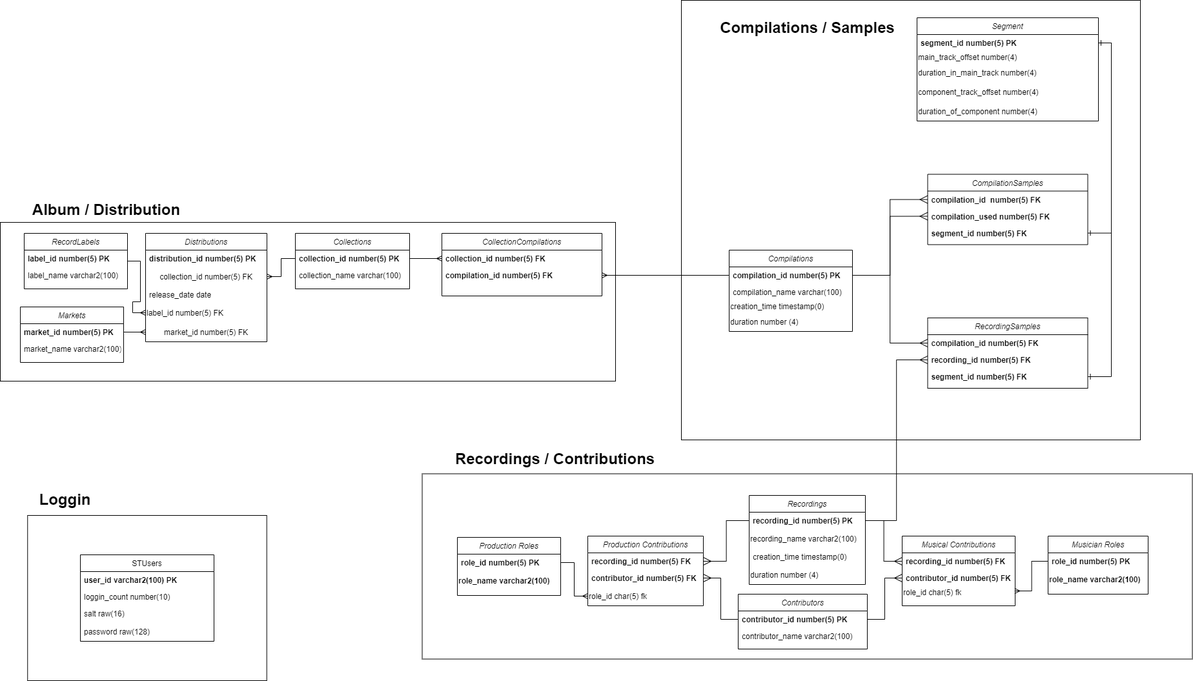
Before: sql/SongTrackerERD.png, a diagram exported from draw.io (Marian-Hristov/song-tracker). Source tidied: cells renumbered, new cells last; positions are measured from the earlier drawing's top-left corner, leaving out a move shared by most shapes.
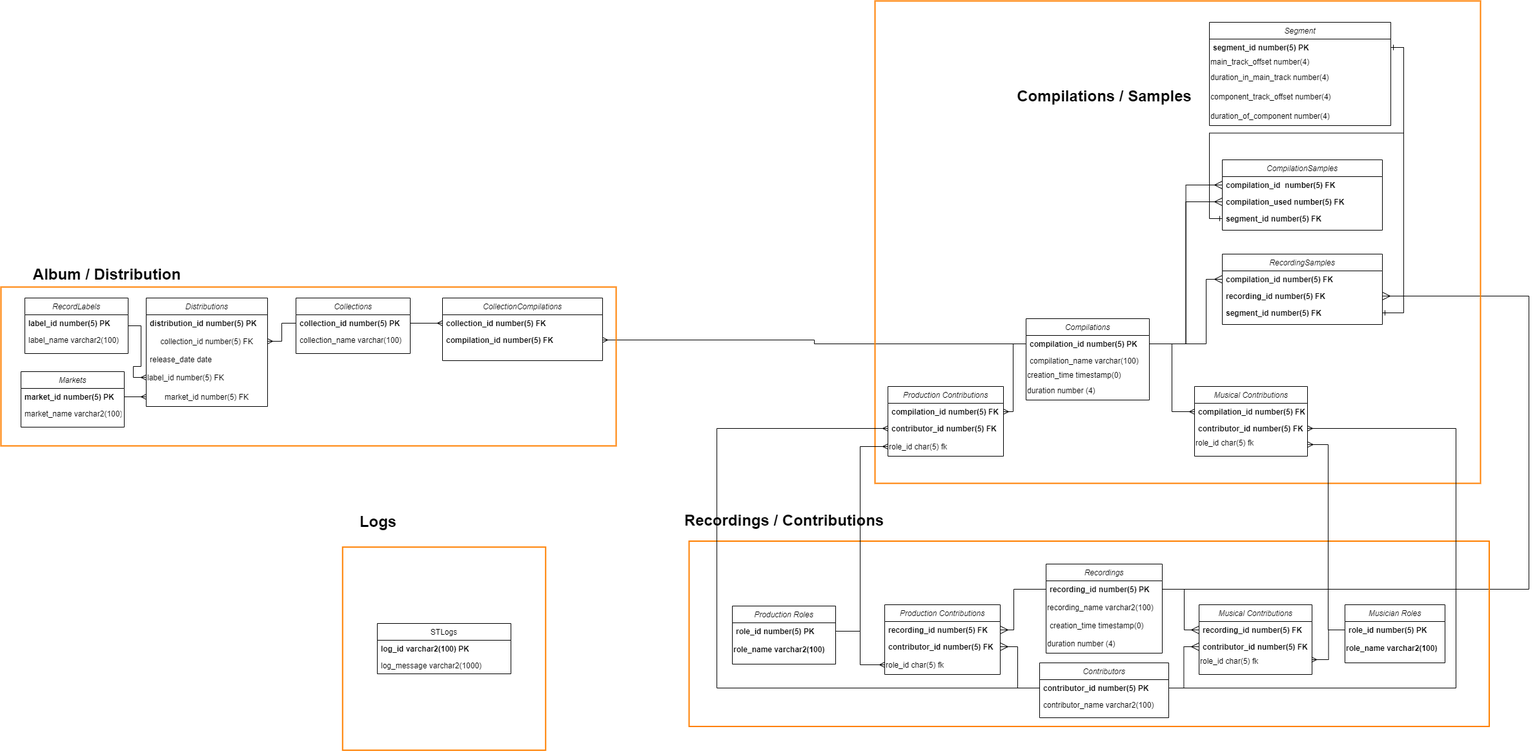
Above is the later version.

Commit message:
updated the erd with logging table and contributors to compilations

Change to the diagram source:
```diff
@@ -3,7 +3,7 @@
     <mxCell id="0" />
     <mxCell id="1" parent="0" />
     <mxCell id="2" value="Contributors" style="swimlane;fontStyle=2;align=center;verticalAlign=top;horizontal=1;startSize=26;rounded=0;shadow=0;strokeWidth=1;" parent="1" vertex="1">
-      <mxGeometry x="1143" y="920" width="200" height="85" as="geometry" />
+      <mxGeometry x="1150" y="920" width="200" height="85" as="geometry" />
     </mxCell>
     <mxCell id="3" value="contributor_id number(5) PK" style="text;align=left;verticalAlign=top;spacingLeft=4;spacingRight=4;overflow=hidden;points=[[0,0.5],[1,0.5]];portConstraint=eastwest;fontStyle=1;" parent="2" vertex="1">
       <mxGeometry y="26" width="200" height="26" as="geometry" />
@@ -66,7 +66,7 @@
       <mxGeometry y="96" width="191" height="30" as="geometry" />
     </mxCell>
     <mxCell id="23" value="RecordingSamples" style="swimlane;fontStyle=2;align=center;verticalAlign=top;horizontal=1;startSize=26;rounded=0;shadow=0;strokeWidth=1;" parent="1" vertex="1">
-      <mxGeometry x="1436.5" y="492" width="248" height="109" as="geometry" />
+      <mxGeometry x="1433" y="287" width="248" height="109" as="geometry" />
     </mxCell>
     <mxCell id="24" value="compilation_id number(5) FK" style="text;align=left;verticalAlign=top;spacingLeft=4;spacingRight=4;overflow=hidden;points=[[0,0.5],[1,0.5]];portConstraint=eastwest;rounded=0;shadow=0;html=0;fontStyle=1;" parent="23" vertex="1">
       <mxGeometry y="26" width="248" height="26" as="geometry" />
@@ -78,7 +78,7 @@
       <mxGeometry y="78" width="248" height="26" as="geometry" />
     </mxCell>
     <mxCell id="27" value="CompilationSamples" style="swimlane;fontStyle=2;align=center;verticalAlign=top;horizontal=1;startSize=26;rounded=0;shadow=0;strokeWidth=1;" parent="1" vertex="1">
-      <mxGeometry x="1436.5" y="269.5" width="248" height="109" as="geometry" />
+      <mxGeometry x="1433" y="141" width="248" height="109" as="geometry" />
     </mxCell>
     <mxCell id="28" value="compilation_id  number(5) FK" style="text;align=left;verticalAlign=top;spacingLeft=4;spacingRight=4;overflow=hidden;points=[[0,0.5],[1,0.5]];portConstraint=eastwest;rounded=0;shadow=0;html=0;fontStyle=1;" parent="27" vertex="1">
       <mxGeometry y="26" width="248" height="26" as="geometry" />
@@ -90,19 +90,39 @@
       <mxGeometry y="78" width="248" height="26" as="geometry" />
     </mxCell>
     <mxCell id="31" style="edgeStyle=orthogonalEdgeStyle;rounded=0;jettySize=auto;html=1;exitX=1;exitY=0.5;exitDx=0;exitDy=0;entryX=0;entryY=0.5;entryDx=0;entryDy=0;endArrow=ERmany;endFill=0;strokeWidth=1;jumpSize=12;endSize=10;" parent="1" edge="1" source="6" target="11">
-      <mxGeometry relative="1" as="geometry" />
+      <mxGeometry relative="1" as="geometry">
+        <Array as="points">
+          <mxPoint x="1374" y="806" />
+          <mxPoint x="1374" y="869" />
+        </Array>
+      </mxGeometry>
     </mxCell>
     <mxCell id="32" style="edgeStyle=orthogonalEdgeStyle;rounded=0;jumpSize=12;jettySize=auto;html=1;entryX=0;entryY=0.5;entryDx=0;entryDy=0;endArrow=ERmany;endFill=0;strokeWidth=1;endSize=10;" parent="1" edge="1" source="3" target="12">
       <mxGeometry relative="1" as="geometry" />
     </mxCell>
     <mxCell id="33" style="edgeStyle=orthogonalEdgeStyle;rounded=0;jumpSize=12;jettySize=auto;html=1;entryX=1;entryY=0.5;entryDx=0;entryDy=0;endArrow=ERmany;endFill=0;endSize=10;strokeWidth=1;" parent="1" edge="1" source="6" target="15">
-      <mxGeometry relative="1" as="geometry" />
+      <mxGeometry relative="1" as="geometry">
+        <Array as="points">
+          <mxPoint x="1110" y="806" />
+          <mxPoint x="1110" y="869" />
+        </Array>
+      </mxGeometry>
     </mxCell>
     <mxCell id="34" style="edgeStyle=orthogonalEdgeStyle;rounded=0;jumpSize=12;jettySize=auto;html=1;entryX=1;entryY=0.5;entryDx=0;entryDy=0;endArrow=ERmany;endFill=0;endSize=10;strokeWidth=1;" parent="1" edge="1" source="3" target="16">
-      <mxGeometry relative="1" as="geometry" />
+      <mxGeometry relative="1" as="geometry">
+        <Array as="points">
+          <mxPoint x="1116" y="959" />
+          <mxPoint x="1116" y="895" />
+        </Array>
+      </mxGeometry>
     </mxCell>
-    <mxCell id="35" style="edgeStyle=orthogonalEdgeStyle;rounded=0;jumpSize=12;jettySize=auto;html=1;entryX=0;entryY=0.5;entryDx=0;entryDy=0;endArrow=ERmany;endFill=0;endSize=10;strokeWidth=1;" parent="1" edge="1" source="19" target="24">
-      <mxGeometry relative="1" as="geometry" />
+    <mxCell id="35" style="edgeStyle=orthogonalEdgeStyle;rounded=0;jumpSize=12;jettySize=auto;html=1;endArrow=ERmany;endFill=0;endSize=10;strokeWidth=1;entryX=0;entryY=0.5;entryDx=0;entryDy=0;" parent="1" edge="1" source="19" target="24">
+      <mxGeometry relative="1" as="geometry">
+        <Array as="points">
+          <mxPoint x="1408" y="426" />
+          <mxPoint x="1408" y="326" />
+        </Array>
+      </mxGeometry>
     </mxCell>
     <mxCell id="36" style="edgeStyle=orthogonalEdgeStyle;rounded=0;jumpSize=12;jettySize=auto;html=1;entryX=0;entryY=0.5;entryDx=0;entryDy=0;endArrow=ERmany;endFill=0;endSize=10;strokeWidth=1;" parent="1" edge="1" source="19" target="29">
       <mxGeometry relative="1" as="geometry" />
@@ -110,11 +130,16 @@
     <mxCell id="37" style="edgeStyle=orthogonalEdgeStyle;rounded=0;jumpSize=12;jettySize=auto;html=1;endArrow=ERmany;endFill=0;endSize=10;strokeWidth=1;" parent="1" edge="1" source="19" target="28">
       <mxGeometry relative="1" as="geometry" />
     </mxCell>
-    <mxCell id="38" style="edgeStyle=orthogonalEdgeStyle;rounded=0;jumpSize=12;jettySize=auto;html=1;entryX=0;entryY=0.5;entryDx=0;entryDy=0;endArrow=ERmany;endFill=0;endSize=10;strokeWidth=1;" parent="1" edge="1" source="6" target="25">
-      <mxGeometry relative="1" as="geometry" />
+    <mxCell id="38" style="edgeStyle=orthogonalEdgeStyle;rounded=0;jumpSize=12;jettySize=auto;html=1;endArrow=ERmany;endFill=0;endSize=10;strokeWidth=1;entryX=1;entryY=0.5;entryDx=0;entryDy=0;" parent="1" edge="1" source="6" target="25">
+      <mxGeometry relative="1" as="geometry">
+        <Array as="points">
+          <mxPoint x="1908" y="806" />
+          <mxPoint x="1908" y="352" />
+        </Array>
+      </mxGeometry>
     </mxCell>
     <mxCell id="39" value="Segment" style="swimlane;fontStyle=2;align=center;verticalAlign=top;horizontal=1;startSize=26;rounded=0;shadow=0;strokeWidth=1;" parent="1" vertex="1">
-      <mxGeometry x="1420" y="27" width="281" height="160" as="geometry" />
+      <mxGeometry x="1413" y="-72" width="281" height="160" as="geometry" />
     </mxCell>
     <mxCell id="40" value="segment_id number(5) PK" style="text;align=left;verticalAlign=top;spacingLeft=4;spacingRight=4;overflow=hidden;points=[[0,0.5],[1,0.5]];portConstraint=eastwest;fontStyle=1;" parent="39" vertex="1">
       <mxGeometry y="26" width="281" height="26" as="geometry" />
@@ -132,7 +157,7 @@
       <mxGeometry y="130" width="281" height="30" as="geometry" />
     </mxCell>
     <mxCell id="45" value="Production Roles" style="swimlane;fontStyle=2;align=center;verticalAlign=top;horizontal=1;startSize=26;rounded=0;shadow=0;strokeWidth=1;" parent="1" vertex="1">
-      <mxGeometry x="708" y="832" width="160" height="90" as="geometry" />
+      <mxGeometry x="674" y="832" width="160" height="90" as="geometry" />
     </mxCell>
     <mxCell id="46" value="role_id number(5) PK" style="text;align=left;verticalAlign=top;spacingLeft=4;spacingRight=4;overflow=hidden;points=[[0,0.5],[1,0.5]];portConstraint=eastwest;fontStyle=1;" parent="45" vertex="1">
       <mxGeometry y="26" width="160" height="26" as="geometry" />
@@ -162,7 +187,7 @@
       <mxGeometry relative="1" as="geometry" />
     </mxCell>
     <mxCell id="55" value="Markets" style="swimlane;fontStyle=2;align=center;verticalAlign=top;horizontal=1;startSize=26;rounded=0;shadow=0;strokeWidth=1;" parent="1" vertex="1">
-      <mxGeometry x="31" y="475" width="160" height="86" as="geometry" />
+      <mxGeometry x="-428" y="469" width="160" height="86" as="geometry" />
     </mxCell>
     <mxCell id="56" value="market_id number(5) PK" style="text;align=left;verticalAlign=top;spacingLeft=4;spacingRight=4;overflow=hidden;points=[[0,0.5],[1,0.5]];portConstraint=eastwest;fontStyle=1;" parent="55" vertex="1">
       <mxGeometry y="26" width="160" height="26" as="geometry" />
@@ -171,7 +196,7 @@
       <mxGeometry y="52" width="160" height="26" as="geometry" />
     </mxCell>
     <mxCell id="58" value="Distributions" style="swimlane;fontStyle=2;align=center;verticalAlign=top;horizontal=1;startSize=26;rounded=0;shadow=0;strokeWidth=1;" parent="1" vertex="1">
-      <mxGeometry x="225" y="361" width="188" height="168" as="geometry" />
+      <mxGeometry x="-234" y="355" width="188" height="168" as="geometry" />
     </mxCell>
     <mxCell id="59" value="distribution_id number(5) PK" style="text;align=left;verticalAlign=top;spacingLeft=4;spacingRight=4;overflow=hidden;fontStyle=1;" parent="58" vertex="1">
       <mxGeometry y="26" width="188" height="26" as="geometry" />
@@ -189,7 +214,7 @@
       <mxGeometry y="138" width="188" height="30" as="geometry" />
     </mxCell>
     <mxCell id="64" value="Collections" style="swimlane;fontStyle=2;align=center;verticalAlign=top;horizontal=1;startSize=26;rounded=0;shadow=0;strokeWidth=1;" parent="1" vertex="1">
-      <mxGeometry x="457" y="361" width="177" height="86" as="geometry" />
+      <mxGeometry x="-2" y="355" width="177" height="86" as="geometry" />
     </mxCell>
     <mxCell id="65" value="collection_id number(5) PK" style="text;align=left;verticalAlign=top;spacingLeft=4;spacingRight=4;overflow=hidden;points=[[0,0.5],[1,0.5]];portConstraint=eastwest;fontStyle=1;" parent="64" vertex="1">
       <mxGeometry y="26" width="177" height="26" as="geometry" />
@@ -201,7 +226,7 @@
       <mxGeometry relative="1" as="geometry" />
     </mxCell>
     <mxCell id="68" value="RecordLabels" style="swimlane;fontStyle=2;align=center;verticalAlign=top;horizontal=1;startSize=26;rounded=0;shadow=0;strokeWidth=1;" parent="1" vertex="1">
-      <mxGeometry x="37" y="361" width="160" height="86" as="geometry" />
+      <mxGeometry x="-422" y="355" width="160" height="86" as="geometry" />
     </mxCell>
     <mxCell id="69" value="label_id number(5) PK" style="text;align=left;verticalAlign=top;spacingLeft=4;spacingRight=4;overflow=hidden;fontStyle=1;" parent="68" vertex="1">
       <mxGeometry y="26" width="160" height="26" as="geometry" />
@@ -216,7 +241,7 @@
       <mxGeometry relative="1" as="geometry" />
     </mxCell>
     <mxCell id="73" value="CollectionCompilations" style="swimlane;fontStyle=2;align=center;verticalAlign=top;horizontal=1;startSize=26;rounded=0;shadow=0;strokeWidth=1;" parent="1" vertex="1">
-      <mxGeometry x="684" y="361" width="248" height="97" as="geometry" />
+      <mxGeometry x="225" y="355" width="248" height="97" as="geometry" />
     </mxCell>
     <mxCell id="74" value="collection_id number(5) FK" style="text;align=left;verticalAlign=top;spacingLeft=4;spacingRight=4;overflow=hidden;points=[[0,0.5],[1,0.5]];portConstraint=eastwest;fontStyle=1;" parent="73" vertex="1">
       <mxGeometry y="26" width="248" height="26" as="geometry" />
@@ -230,44 +255,105 @@
     <mxCell id="77" style="edgeStyle=orthogonalEdgeStyle;rounded=0;jettySize=auto;html=1;entryX=1;entryY=0.5;entryDx=0;entryDy=0;startArrow=none;startFill=0;endArrow=ERmany;endFill=0;strokeColor=default;" parent="1" edge="1" source="19" target="75">
       <mxGeometry relative="1" as="geometry" />
     </mxCell>
-    <mxCell id="78" style="rounded=0;whiteSpace=wrap;html=1;align=left;fillColor=none;" parent="1" vertex="1">
-      <mxGeometry y="344" width="953" height="246" as="geometry" />
+    <mxCell id="78" style="rounded=0;whiteSpace=wrap;html=1;align=left;fillColor=none;strokeColor=#FF8000;strokeWidth=2;" parent="1" vertex="1">
+      <mxGeometry x="-459" y="338" width="953" height="246" as="geometry" />
     </mxCell>
     <mxCell id="79" value="Album / Distribution" style="text;strokeColor=none;fillColor=none;html=1;fontSize=24;fontStyle=1;verticalAlign=middle;align=center;" parent="1" vertex="1">
-      <mxGeometry x="114" y="304" width="100" height="40" as="geometry" />
+      <mxGeometry x="-345" y="298" width="100" height="40" as="geometry" />
     </mxCell>
-    <mxCell id="80" style="rounded=0;whiteSpace=wrap;html=1;fillColor=none;align=left;" parent="1" vertex="1">
-      <mxGeometry x="653.5" y="733.5" width="1193" height="287" as="geometry" />
+    <mxCell id="80" style="rounded=0;whiteSpace=wrap;html=1;fillColor=none;align=left;strokeColor=#FF8000;strokeWidth=2;" parent="1" vertex="1">
+      <mxGeometry x="607" y="731.5" width="1239.5" height="287" as="geometry" />
     </mxCell>
     <mxCell id="81" value="Recordings / Contributions" style="text;strokeColor=none;fillColor=none;html=1;fontSize=24;fontStyle=1;verticalAlign=middle;align=center;" parent="1" vertex="1">
-      <mxGeometry x="809" y="690" width="100" height="40" as="geometry" />
+      <mxGeometry x="704" y="678.5" width="100" height="40" as="geometry" />
     </mxCell>
-    <mxCell id="82" style="rounded=0;whiteSpace=wrap;html=1;fillColor=none;align=left;" parent="1" vertex="1">
-      <mxGeometry x="1055" width="711" height="681" as="geometry" />
+    <mxCell id="82" style="rounded=0;whiteSpace=wrap;html=1;fillColor=none;align=left;strokeColor=#FF8000;strokeWidth=2;" parent="1" vertex="1">
+      <mxGeometry x="895" y="-105" width="938" height="747" as="geometry" />
     </mxCell>
     <mxCell id="83" value="Compilations / Samples" style="text;strokeColor=none;fillColor=none;html=1;fontSize=24;fontStyle=1;verticalAlign=middle;align=center;" parent="1" vertex="1">
       <mxGeometry x="1200" y="22" width="100" height="40" as="geometry" />
     </mxCell>
-    <mxCell id="84" value="STUsers" style="swimlane;fontStyle=0;horizontal=1;startSize=26;fillColor=none;" parent="1" vertex="1">
-      <mxGeometry x="124" y="859" width="207" height="134" as="geometry" />
+    <mxCell id="84" value="STLogs" style="swimlane;fontStyle=0;horizontal=1;startSize=26;fillColor=none;" parent="1" vertex="1">
+      <mxGeometry x="124" y="859" width="207" height="78" as="geometry" />
     </mxCell>
-    <mxCell id="85" value="user_id varchar2(100) PK" style="text;strokeColor=none;fillColor=none;align=left;verticalAlign=top;spacingLeft=4;spacingRight=4;overflow=hidden;fontStyle=1;" parent="84" vertex="1">
+    <mxCell id="85" value="log_id varchar2(100) PK" style="text;strokeColor=none;fillColor=none;align=left;verticalAlign=top;spacingLeft=4;spacingRight=4;overflow=hidden;fontStyle=1;" parent="84" vertex="1">
       <mxGeometry y="26" width="207" height="26" as="geometry" />
     </mxCell>
-    <mxCell id="86" value="loggin_count number(10)" style="text;strokeColor=none;fillColor=none;align=left;verticalAlign=top;spacingLeft=4;spacingRight=4;overflow=hidden;" parent="84" vertex="1">
+    <mxCell id="86" value="log_message varchar2(1000)" style="text;strokeColor=none;fillColor=none;align=left;verticalAlign=top;spacingLeft=4;spacingRight=4;overflow=hidden;" parent="84" vertex="1">
       <mxGeometry y="52" width="207" height="26" as="geometry" />
     </mxCell>
-    <mxCell id="87" value="salt raw(16)" style="text;strokeColor=none;fillColor=none;align=left;verticalAlign=top;spacingLeft=4;spacingRight=4;overflow=hidden;" parent="84" vertex="1">
-      <mxGeometry y="78" width="207" height="26" as="geometry" />
-    </mxCell>
-    <mxCell id="88" value="password raw(128)" style="text;html=1;strokeColor=none;fillColor=none;align=left;verticalAlign=middle;whiteSpace=wrap;rounded=0;spacingLeft=4;spacingRight=4;" parent="84" vertex="1">
-      <mxGeometry y="104" width="207" height="30" as="geometry" />
-    </mxCell>
-    <mxCell id="89" style="rounded=0;whiteSpace=wrap;html=1;align=left;fillColor=none;" parent="1" vertex="1">
-      <mxGeometry x="42.2" y="798" width="370.5" height="256" as="geometry" />
-    </mxCell>
-    <mxCell id="90" value="Loggin" style="text;strokeColor=none;fillColor=none;html=1;fontSize=24;fontStyle=1;verticalAlign=middle;align=center;" parent="1" vertex="1">
-      <mxGeometry x="50" y="753" width="100" height="40" as="geometry" />
-    </mxCell>
+    <mxCell id="91" value="Production Contributions" style="swimlane;fontStyle=2;align=center;verticalAlign=top;horizontal=1;startSize=26;rounded=0;shadow=0;strokeWidth=1;" parent="1" vertex="1">
+      <mxGeometry x="915" y="492" width="179" height="108" as="geometry" />
+    </mxCell>
+    <mxCell id="92" value="compilation_id number(5) FK" style="text;align=left;verticalAlign=top;spacingLeft=4;spacingRight=4;overflow=hidden;points=[[0,0.5],[1,0.5]];portConstraint=eastwest;fontStyle=1;" parent="91" vertex="1">
+      <mxGeometry y="26" width="179" height="26" as="geometry" />
+    </mxCell>
+    <mxCell id="93" value="contributor_id number(5) FK" style="text;align=left;verticalAlign=top;spacingLeft=4;spacingRight=4;overflow=hidden;points=[[0,0.5],[1,0.5]];portConstraint=eastwest;rounded=0;shadow=0;html=0;fontStyle=1;" parent="91" vertex="1">
+      <mxGeometry y="52" width="179" height="26" as="geometry" />
+    </mxCell>
+    <mxCell id="94" value="&lt;span&gt;role_id char(5) fk&lt;/span&gt;" style="text;html=1;strokeColor=none;fillColor=none;align=left;verticalAlign=middle;whiteSpace=wrap;rounded=0;fontStyle=0;" parent="91" vertex="1">
+      <mxGeometry y="78" width="179" height="30" as="geometry" />
+    </mxCell>
+    <mxCell id="95" value="Musical Contributions" style="swimlane;fontStyle=2;align=center;verticalAlign=top;horizontal=1;startSize=26;rounded=0;shadow=0;strokeWidth=1;" parent="1" vertex="1">
+      <mxGeometry x="1390" y="492" width="175" height="108" as="geometry" />
+    </mxCell>
+    <mxCell id="96" value="compilation_id number(5) FK" style="text;align=left;verticalAlign=top;spacingLeft=4;spacingRight=4;overflow=hidden;points=[[0,0.5],[1,0.5]];portConstraint=eastwest;fontStyle=1;" parent="95" vertex="1">
+      <mxGeometry y="26" width="175" height="26" as="geometry" />
+    </mxCell>
+    <mxCell id="97" value="contributor_id number(5) FK" style="text;align=left;verticalAlign=top;spacingLeft=4;spacingRight=4;overflow=hidden;points=[[0,0.5],[1,0.5]];portConstraint=eastwest;rounded=0;shadow=0;html=0;fontStyle=1;" parent="95" vertex="1">
+      <mxGeometry y="52" width="175" height="26" as="geometry" />
+    </mxCell>
+    <mxCell id="98" value="role_id char(5) fk" style="text;html=1;align=left;verticalAlign=middle;points=[];strokeColor=none;fillColor=none;" parent="95" vertex="1">
+      <mxGeometry y="78" width="175" height="18" as="geometry" />
+    </mxCell>
+    <mxCell id="99" style="edgeStyle=orthogonalEdgeStyle;rounded=0;jettySize=auto;html=1;exitX=1;exitY=0.5;exitDx=0;exitDy=0;entryX=0;entryY=0.5;entryDx=0;entryDy=0;endArrow=ERmany;endFill=0;" parent="1" edge="1" source="46" target="94">
+      <mxGeometry relative="1" as="geometry">
+        <Array as="points">
+          <mxPoint x="872" y="871" />
+          <mxPoint x="872" y="585" />
+        </Array>
+      </mxGeometry>
+    </mxCell>
+    <mxCell id="100" style="edgeStyle=orthogonalEdgeStyle;rounded=0;jettySize=auto;html=1;endArrow=ERmany;endFill=0;entryX=1;entryY=0.5;entryDx=0;entryDy=0;" parent="1" edge="1" source="19" target="92">
+      <mxGeometry relative="1" as="geometry">
+        <Array as="points">
+          <mxPoint x="1109" y="426" />
+          <mxPoint x="1109" y="531" />
+        </Array>
+      </mxGeometry>
+    </mxCell>
+    <mxCell id="101" style="edgeStyle=orthogonalEdgeStyle;rounded=0;jettySize=auto;html=1;endArrow=ERmany;endFill=0;" parent="1" edge="1" source="3" target="93">
+      <mxGeometry relative="1" as="geometry">
+        <Array as="points">
+          <mxPoint x="650" y="959" />
+          <mxPoint x="650" y="557" />
+        </Array>
+      </mxGeometry>
+    </mxCell>
+    <mxCell id="102" style="edgeStyle=orthogonalEdgeStyle;rounded=0;jettySize=auto;html=1;entryX=0;entryY=0.5;entryDx=0;entryDy=0;endArrow=ERmany;endFill=0;" parent="1" edge="1" source="19" target="96">
+      <mxGeometry relative="1" as="geometry" />
+    </mxCell>
+    <mxCell id="103" style="edgeStyle=orthogonalEdgeStyle;rounded=0;jettySize=auto;html=1;entryX=1;entryY=0.5;entryDx=0;entryDy=0;endArrow=ERmany;endFill=0;" parent="1" edge="1" source="3" target="97">
+      <mxGeometry relative="1" as="geometry">
+        <Array as="points">
+          <mxPoint x="1795" y="959" />
+          <mxPoint x="1795" y="557" />
+        </Array>
+      </mxGeometry>
+    </mxCell>
+    <mxCell id="104" style="edgeStyle=orthogonalEdgeStyle;rounded=0;jettySize=auto;html=1;entryX=1.004;entryY=0.666;entryDx=0;entryDy=0;entryPerimeter=0;endArrow=ERmany;endFill=0;" parent="1" edge="1" source="49" target="98">
+      <mxGeometry relative="1" as="geometry">
+        <Array as="points">
+          <mxPoint x="1597" y="869" />
+          <mxPoint x="1597" y="582" />
+        </Array>
+      </mxGeometry>
+    </mxCell>
+    <mxCell id="105" style="whiteSpace=wrap;html=1;strokeColor=#FF8000;strokeWidth=2;fillColor=none;" parent="1" vertex="1">
+      <mxGeometry x="70.2" y="740.8" width="314.5" height="314.5" as="geometry" />
+    </mxCell>
+    <mxCell id="106" value="Logs" style="text;strokeColor=none;fillColor=none;html=1;fontSize=24;fontStyle=1;verticalAlign=middle;align=center;" parent="1" vertex="1">
+      <mxGeometry x="75" y="681" width="100" height="40" as="geometry" />
+    </mxCell>
   </root>
 </mxGraphModel>
```
